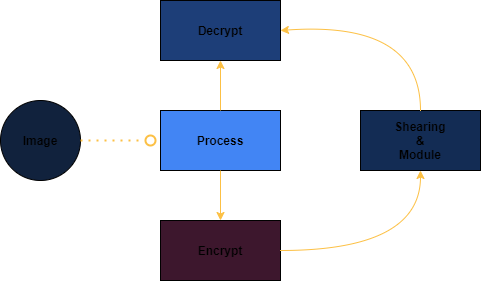
This is Flowchart.png from mulirow/seminario-avlc, a draw.io export, as it was before one commit. Source tidied: cells renumbered, new cells last; positions are measured from the earlier drawing's top-left corner, leaving out a move shared by most shapes.
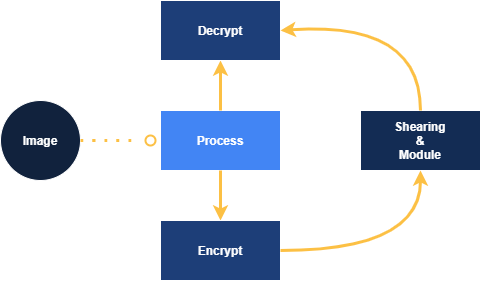
Above is the later version.

Diff of the diagram source:
```diff
@@ -2,39 +2,39 @@
   <root>
     <mxCell id="0" />
     <mxCell id="1" parent="0" />
-    <mxCell id="2" value="&lt;h4&gt;Image&lt;/h4&gt;" style="ellipse;whiteSpace=wrap;html=1;fillColor=#11223D;" parent="1" vertex="1">
+    <mxCell id="2" value="&lt;h4&gt;&lt;font color=&quot;#ffffff&quot;&gt;Image&lt;/font&gt;&lt;/h4&gt;" style="ellipse;whiteSpace=wrap;html=1;fillColor=#11223D;strokeColor=#FFFFFF;" parent="1" vertex="1">
       <mxGeometry y="100" width="80" height="80" as="geometry" />
     </mxCell>
-    <mxCell id="3" value="&lt;h4&gt;Process&lt;/h4&gt;" style="shape=process;whiteSpace=wrap;html=1;backgroundOutline=1;strokeColor=#000000;gradientColor=none;size=0;fillColor=#4285f4;" parent="1" vertex="1">
+    <mxCell id="3" value="&lt;h4&gt;&lt;font color=&quot;#ffffff&quot;&gt;Process&lt;/font&gt;&lt;/h4&gt;" style="shape=process;whiteSpace=wrap;html=1;backgroundOutline=1;gradientColor=none;size=0;fillColor=#4285f4;strokeColor=#FFFFFF;" parent="1" vertex="1">
       <mxGeometry x="160" y="110" width="120" height="60" as="geometry" />
     </mxCell>
-    <mxCell id="4" style="edgeStyle=orthogonalEdgeStyle;rounded=0;jettySize=auto;html=1;fillColor=#f8cecc;strokeColor=#FCC044;exitX=0.5;exitY=1;exitDx=0;exitDy=0;" parent="1" edge="1" source="3">
+    <mxCell id="4" style="edgeStyle=orthogonalEdgeStyle;jettySize=auto;html=1;fillColor=#f8cecc;strokeColor=#FCC044;exitX=0.5;exitY=1;exitDx=0;exitDy=0;strokeWidth=3;curved=1;" parent="1" edge="1" source="3">
       <mxGeometry relative="1" as="geometry">
         <mxPoint x="220" y="220" as="targetPoint" />
       </mxGeometry>
     </mxCell>
-    <mxCell id="5" style="edgeStyle=orthogonalEdgeStyle;rounded=0;jettySize=auto;html=1;fillColor=#f8cecc;strokeColor=#FCC044;exitX=0.5;exitY=0;exitDx=0;exitDy=0;" parent="1" edge="1" source="3">
+    <mxCell id="5" style="edgeStyle=orthogonalEdgeStyle;jettySize=auto;html=1;fillColor=#f8cecc;strokeColor=#FCC044;exitX=0.5;exitY=0;exitDx=0;exitDy=0;strokeWidth=3;curved=1;" parent="1" edge="1" source="3">
       <mxGeometry relative="1" as="geometry">
         <mxPoint x="220" y="60" as="targetPoint" />
       </mxGeometry>
     </mxCell>
-    <mxCell id="6" value="&lt;h4&gt;Encrypt&lt;/h4&gt;" style="shape=process;whiteSpace=wrap;html=1;backgroundOutline=1;strokeColor=#000000;gradientColor=none;size=0;fillColor=#3D172D;" parent="1" vertex="1">
+    <mxCell id="6" value="&lt;h4&gt;&lt;font color=&quot;#ffffff&quot;&gt;Encrypt&lt;/font&gt;&lt;/h4&gt;" style="shape=process;whiteSpace=wrap;html=1;backgroundOutline=1;gradientColor=none;size=0;strokeColor=#FFFFFF;fillColor=#1D3E78;" parent="1" vertex="1">
       <mxGeometry x="160" y="220" width="120" height="60" as="geometry" />
     </mxCell>
-    <mxCell id="7" value="&lt;h4&gt;Decrypt&lt;/h4&gt;" style="shape=process;whiteSpace=wrap;html=1;backgroundOutline=1;strokeColor=#000000;gradientColor=none;size=0;fillColor=#1D3E78;" parent="1" vertex="1">
+    <mxCell id="7" value="&lt;h4&gt;&lt;font color=&quot;#ffffff&quot;&gt;Decrypt&lt;/font&gt;&lt;/h4&gt;" style="shape=process;whiteSpace=wrap;html=1;backgroundOutline=1;gradientColor=none;size=0;strokeColor=#FFFFFF;fillColor=#1D3E78;" parent="1" vertex="1">
       <mxGeometry x="160" width="120" height="60" as="geometry" />
     </mxCell>
-    <mxCell id="8" value="&lt;h4&gt;Shearing&lt;br&gt;&amp;amp;&lt;br&gt;Module&lt;/h4&gt;" style="shape=process;whiteSpace=wrap;html=1;backgroundOutline=1;strokeColor=#000000;gradientColor=none;size=0;fillColor=#132C54;" parent="1" vertex="1">
+    <mxCell id="8" value="&lt;h4&gt;&lt;font color=&quot;#ffffff&quot;&gt;Shearing&lt;br&gt;&amp;amp;&lt;br&gt;Module&lt;/font&gt;&lt;/h4&gt;" style="shape=process;whiteSpace=wrap;html=1;backgroundOutline=1;gradientColor=none;size=0;fillColor=#132C54;strokeColor=#FFFFFF;" parent="1" vertex="1">
       <mxGeometry x="360" y="110" width="120" height="60" as="geometry" />
     </mxCell>
-    <mxCell id="9" style="curved=1;endArrow=classic;html=1;strokeColor=#FCC044;entryX=0.5;entryY=1;entryDx=0;entryDy=0;exitX=1;exitY=0.5;exitDx=0;exitDy=0;" parent="1" edge="1" source="6" target="8">
+    <mxCell id="9" style="endArrow=classic;html=1;strokeColor=#FCC044;entryX=0.5;entryY=1;entryDx=0;entryDy=0;exitX=1;exitY=0.5;exitDx=0;exitDy=0;strokeWidth=3;curved=1;" parent="1" edge="1" source="6" target="8">
       <mxGeometry relative="1" as="geometry">
         <Array as="points">
           <mxPoint x="420" y="250" />
         </Array>
       </mxGeometry>
     </mxCell>
-    <mxCell id="10" style="curved=1;endArrow=classic;html=1;strokeColor=#FCC044;exitX=0.5;exitY=0;exitDx=0;exitDy=0;entryX=1;entryY=0.5;entryDx=0;entryDy=0;" parent="1" edge="1" source="8" target="7">
+    <mxCell id="10" style="endArrow=classic;html=1;strokeColor=#FCC044;exitX=0.5;exitY=0;exitDx=0;exitDy=0;entryX=1;entryY=0.5;entryDx=0;entryDy=0;strokeWidth=3;curved=1;" parent="1" edge="1" source="8" target="7">
       <mxGeometry relative="1" as="geometry">
         <Array as="points">
           <mxPoint x="420" y="20" />
@@ -44,7 +44,7 @@
     <mxCell id="11" style="ellipse;whiteSpace=wrap;html=1;gradientColor=none;strokeColor=#FCC044;fillColor=none;strokeWidth=2;" parent="1" vertex="1">
       <mxGeometry x="145" y="135" width="10" height="10" as="geometry" />
     </mxCell>
-    <mxCell id="12" style="endArrow=none;dashed=1;html=1;dashPattern=1 3;strokeWidth=2;strokeColor=#FCC044;" parent="1" edge="1" source="2">
+    <mxCell id="12" style="endArrow=none;dashed=1;html=1;dashPattern=1 3;strokeWidth=3;strokeColor=#FCC044;curved=1;" parent="1" edge="1" source="2">
       <mxGeometry relative="1" as="geometry">
         <mxPoint x="140" y="140" as="targetPoint" />
         <Array as="points">
```
